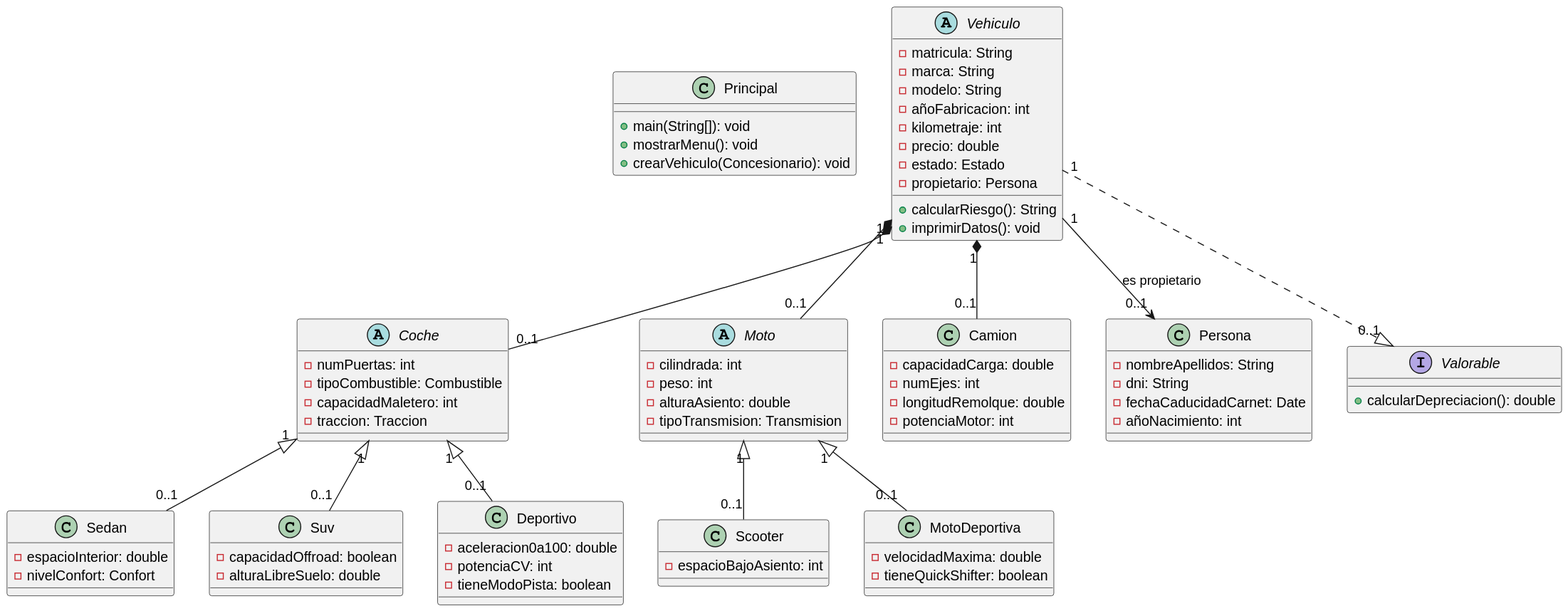
The PlantUML diagram uml/diagrama.svg in Juanma-prueba/UT5_ED_Prog, before a commit.
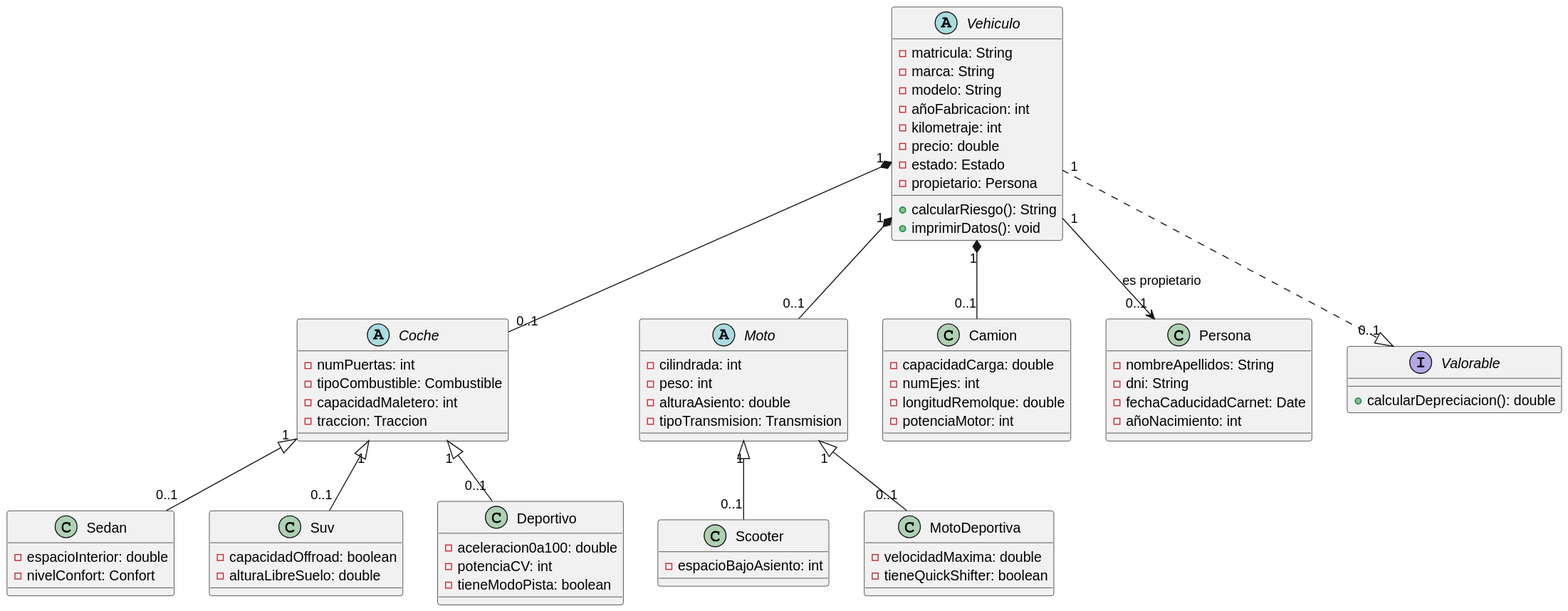
Above is the later version.

Commit message:
Añadido cardinalidad entre clases

Diff of the diagram source:
```diff
@@ -1,10 +1,4 @@
 @startuml
-class Principal {
-  + main(String[]): void
-  + mostrarMenu(): void
-  + crearVehiculo(Concesionario): void
-  }
-
 abstract class Vehiculo {
     - matricula: String
     - marca: String
```
